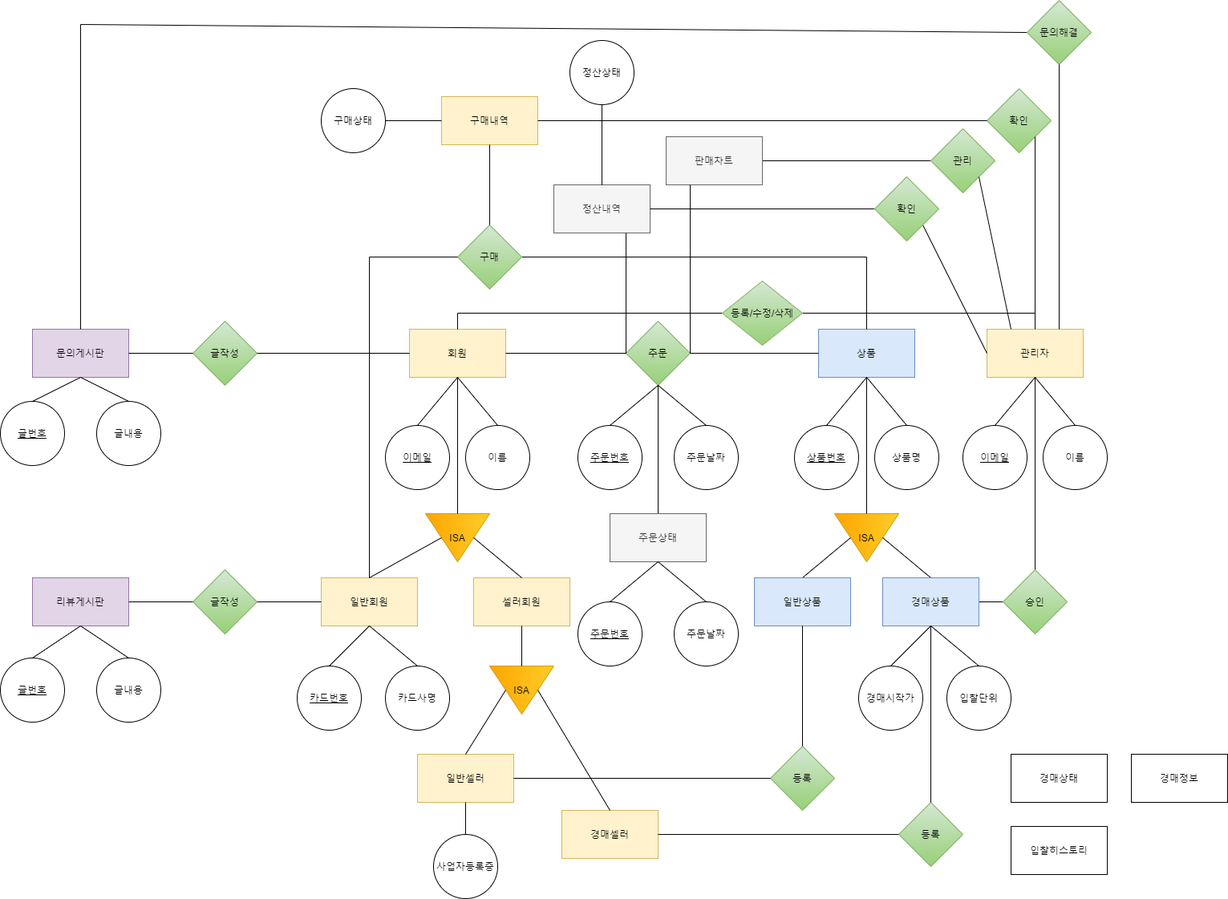
This is ERD_bibi.png from gombibi/proj3_doc, a draw.io export, as it was before one commit. Source tidied: cells renumbered, new cells last; positions are measured from the earlier drawing's top-left corner, leaving out a move shared by most shapes.
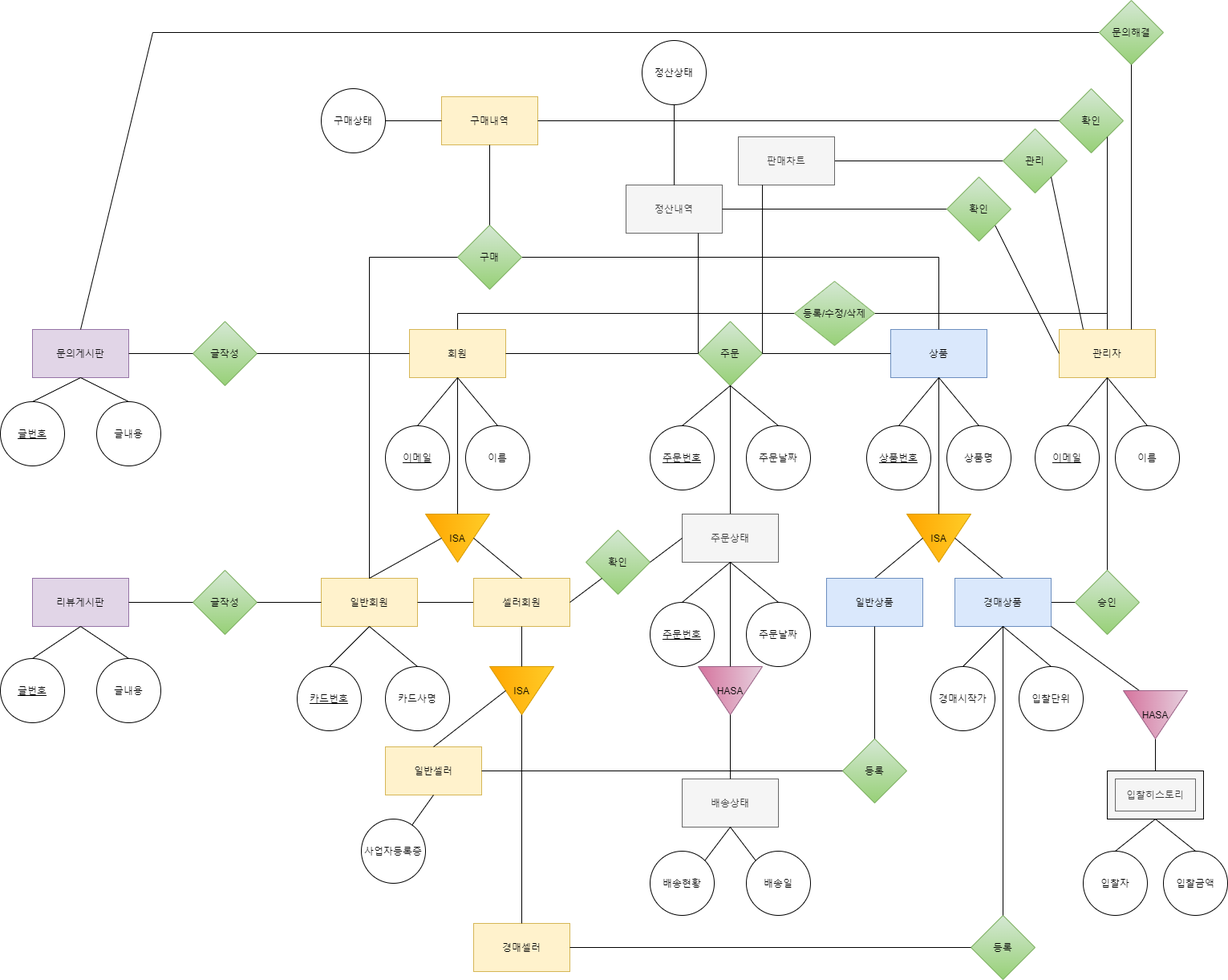
Later version of the same file.

Change to the diagram source:
```diff
@@ -3,7 +3,7 @@
     <mxCell id="0" />
     <mxCell id="1" parent="0" />
     <mxCell id="2" value="회원" style="rounded=0;whiteSpace=wrap;html=1;fillColor=#fff2cc;strokeColor=#d6b656;" parent="1" vertex="1">
-      <mxGeometry x="510" y="410" width="120" height="60" as="geometry" />
+      <mxGeometry x="420" y="410" width="120" height="60" as="geometry" />
     </mxCell>
     <mxCell id="3" value="상품" style="rounded=0;whiteSpace=wrap;html=1;fillColor=#dae8fc;strokeColor=#6c8ebf;" parent="1" vertex="1">
       <mxGeometry x="1020" y="410" width="120" height="60" as="geometry" />
@@ -18,10 +18,10 @@
       <mxGeometry relative="1" as="geometry" />
     </mxCell>
     <mxCell id="7" value="이메일" style="ellipse;whiteSpace=wrap;html=1;fontStyle=4;" parent="1" vertex="1">
-      <mxGeometry x="480" y="530" width="80" height="80" as="geometry" />
+      <mxGeometry x="390" y="530" width="80" height="80" as="geometry" />
     </mxCell>
     <mxCell id="8" value="이름" style="ellipse;whiteSpace=wrap;html=1;" parent="1" vertex="1">
-      <mxGeometry x="580" y="530" width="80" height="80" as="geometry" />
+      <mxGeometry x="490" y="530" width="80" height="80" as="geometry" />
     </mxCell>
     <mxCell id="9" value="주문날짜" style="ellipse;whiteSpace=wrap;html=1;" parent="1" vertex="1">
       <mxGeometry x="840" y="530" width="80" height="80" as="geometry" />
@@ -75,22 +75,25 @@
       <mxGeometry relative="1" as="geometry" />
     </mxCell>
     <mxCell id="26" value="ISA" style="triangle;whiteSpace=wrap;html=1;direction=south;fillColor=#ffcd28;gradientColor=#ffa500;strokeColor=#d79b00;" parent="1" vertex="1">
-      <mxGeometry x="530" y="640" width="80" height="60" as="geometry" />
+      <mxGeometry x="440" y="640" width="80" height="60" as="geometry" />
     </mxCell>
     <mxCell id="27" style="endArrow=none;html=1;rounded=0;entryX=0.5;entryY=1;entryDx=0;entryDy=0;exitX=0;exitY=0.5;exitDx=0;exitDy=0;" parent="1" edge="1" source="26" target="2">
       <mxGeometry relative="1" as="geometry" />
     </mxCell>
     <mxCell id="28" value="일반회원" style="rounded=0;whiteSpace=wrap;html=1;fillColor=#fff2cc;strokeColor=#d6b656;" parent="1" vertex="1">
-      <mxGeometry x="400" y="720" width="120" height="60" as="geometry" />
+      <mxGeometry x="310" y="720" width="120" height="60" as="geometry" />
     </mxCell>
+    <mxCell id="112" style="edgeStyle=orthogonalEdgeStyle;rounded=0;jettySize=auto;html=1;entryX=1;entryY=0.5;entryDx=0;entryDy=0;endArrow=none;endFill=0;" parent="1" edge="1" source="29" target="28">
+      <mxGeometry relative="1" as="geometry" />
+    </mxCell>
     <mxCell id="29" value="셀러회원" style="rounded=0;whiteSpace=wrap;html=1;fillColor=#fff2cc;strokeColor=#d6b656;" parent="1" vertex="1">
-      <mxGeometry x="590" y="720" width="120" height="60" as="geometry" />
+      <mxGeometry x="500" y="720" width="120" height="60" as="geometry" />
     </mxCell>
     <mxCell id="30" value="카드사명" style="ellipse;whiteSpace=wrap;html=1;" parent="1" vertex="1">
-      <mxGeometry x="480" y="830" width="80" height="80" as="geometry" />
+      <mxGeometry x="390" y="830" width="80" height="80" as="geometry" />
     </mxCell>
     <mxCell id="31" value="카드번호" style="ellipse;whiteSpace=wrap;html=1;fontStyle=4;" parent="1" vertex="1">
-      <mxGeometry x="370" y="830" width="80" height="80" as="geometry" />
+      <mxGeometry x="280" y="830" width="80" height="80" as="geometry" />
     </mxCell>
     <mxCell id="32" style="endArrow=none;html=1;rounded=0;entryX=0.5;entryY=1;entryDx=0;entryDy=0;exitX=0.5;exitY=0;exitDx=0;exitDy=0;" parent="1" edge="1" source="31" target="28">
       <mxGeometry relative="1" as="geometry" />
@@ -99,7 +102,7 @@
       <mxGeometry relative="1" as="geometry" />
     </mxCell>
     <mxCell id="34" value="사업자등록증" style="ellipse;whiteSpace=wrap;html=1;" parent="1" vertex="1">
-      <mxGeometry x="540" y="1040" width="80" height="80" as="geometry" />
+      <mxGeometry x="360" y="1020" width="80" height="80" as="geometry" />
     </mxCell>
     <mxCell id="35" style="endArrow=none;html=1;rounded=0;entryX=0.5;entryY=0;entryDx=0;entryDy=0;exitX=0.5;exitY=0;exitDx=0;exitDy=0;" parent="1" edge="1" source="29" target="26">
       <mxGeometry relative="1" as="geometry" />
@@ -108,19 +111,21 @@
       <mxGeometry relative="1" as="geometry" />
     </mxCell>
     <mxCell id="37" value="ISA" style="triangle;whiteSpace=wrap;html=1;direction=south;fillColor=#ffcd28;gradientColor=#ffa500;strokeColor=#d79b00;" parent="1" vertex="1">
-      <mxGeometry x="610" y="830" width="80" height="60" as="geometry" />
+      <mxGeometry x="520" y="830" width="80" height="60" as="geometry" />
     </mxCell>
     <mxCell id="38" style="endArrow=none;html=1;rounded=0;entryX=0.5;entryY=1;entryDx=0;entryDy=0;exitX=0;exitY=0.5;exitDx=0;exitDy=0;" parent="1" edge="1" source="37" target="29">
       <mxGeometry relative="1" as="geometry" />
     </mxCell>
     <mxCell id="39" value="일반셀러" style="rounded=0;whiteSpace=wrap;html=1;fillColor=#fff2cc;strokeColor=#d6b656;" parent="1" vertex="1">
-      <mxGeometry x="520" y="940" width="120" height="60" as="geometry" />
+      <mxGeometry x="390" y="930" width="120" height="60" as="geometry" />
     </mxCell>
     <mxCell id="40" value="경매셀러" style="rounded=0;whiteSpace=wrap;html=1;fillColor=#fff2cc;strokeColor=#d6b656;" parent="1" vertex="1">
-      <mxGeometry x="700" y="1010" width="120" height="60" as="geometry" />
+      <mxGeometry x="500" y="1150" width="120" height="60" as="geometry" />
     </mxCell>
-    <mxCell id="41" style="endArrow=none;html=1;rounded=0;entryX=0.5;entryY=0;entryDx=0;entryDy=0;exitX=0.5;exitY=0;exitDx=0;exitDy=0;" parent="1" edge="1" source="40" target="37">
-      <mxGeometry relative="1" as="geometry" />
+    <mxCell id="41" style="endArrow=none;html=1;rounded=0;entryX=1;entryY=0.5;entryDx=0;entryDy=0;" parent="1" edge="1" target="37">
+      <mxGeometry relative="1" as="geometry">
+        <mxPoint x="560" y="1150" as="sourcePoint" />
+      </mxGeometry>
     </mxCell>
     <mxCell id="42" style="endArrow=none;html=1;rounded=0;entryX=0.5;entryY=1;entryDx=0;entryDy=0;exitX=0.5;exitY=0;exitDx=0;exitDy=0;" parent="1" edge="1" source="39" target="37">
       <mxGeometry relative="1" as="geometry" />
@@ -129,10 +134,10 @@
       <mxGeometry relative="1" as="geometry" />
     </mxCell>
     <mxCell id="44" value="글작성" style="rhombus;whiteSpace=wrap;html=1;fillColor=#d5e8d4;strokeColor=#82b366;gradientColor=#97d077;" parent="1" vertex="1">
-      <mxGeometry x="240" y="710" width="80" height="80" as="geometry" />
+      <mxGeometry x="150" y="710" width="80" height="80" as="geometry" />
     </mxCell>
     <mxCell id="45" value="리뷰게시판" style="rounded=0;whiteSpace=wrap;html=1;fillColor=#e1d5e7;strokeColor=#9673a6;" parent="1" vertex="1">
-      <mxGeometry x="40" y="720" width="120" height="60" as="geometry" />
+      <mxGeometry x="-50" y="720" width="120" height="60" as="geometry" />
     </mxCell>
     <mxCell id="46" style="endArrow=none;html=1;rounded=0;entryX=0;entryY=0.5;entryDx=0;entryDy=0;exitX=1;exitY=0.5;exitDx=0;exitDy=0;" parent="1" edge="1" source="45" target="44">
       <mxGeometry relative="1" as="geometry" />
@@ -141,10 +146,10 @@
       <mxGeometry relative="1" as="geometry" />
     </mxCell>
     <mxCell id="48" value="글번호" style="ellipse;whiteSpace=wrap;html=1;fontStyle=4;" parent="1" vertex="1">
-      <mxGeometry y="820" width="80" height="80" as="geometry" />
+      <mxGeometry x="-90" y="820" width="80" height="80" as="geometry" />
     </mxCell>
     <mxCell id="49" value="글내용" style="ellipse;whiteSpace=wrap;html=1;" parent="1" vertex="1">
-      <mxGeometry x="120" y="820" width="80" height="80" as="geometry" />
+      <mxGeometry x="30" y="820" width="80" height="80" as="geometry" />
     </mxCell>
     <mxCell id="50" style="endArrow=none;html=1;rounded=0;entryX=0.5;entryY=1;entryDx=0;entryDy=0;exitX=0.5;exitY=0;exitDx=0;exitDy=0;" parent="1" edge="1" source="48" target="45">
       <mxGeometry relative="1" as="geometry" />
@@ -191,7 +196,7 @@
       <mxGeometry x="1250" y="710" width="80" height="80" as="geometry" />
     </mxCell>
     <mxCell id="64" value="등록" style="rhombus;whiteSpace=wrap;html=1;fillColor=#d5e8d4;strokeColor=#82b366;gradientColor=#97d077;" parent="1" vertex="1">
-      <mxGeometry x="1120" y="1000" width="80" height="80" as="geometry" />
+      <mxGeometry x="1120" y="1140" width="80" height="80" as="geometry" />
     </mxCell>
     <mxCell id="65" style="endArrow=none;html=1;rounded=0;entryX=1;entryY=0.5;entryDx=0;entryDy=0;exitX=0;exitY=0.5;exitDx=0;exitDy=0;" parent="1" edge="1" source="64" target="40">
       <mxGeometry relative="1" as="geometry" />
@@ -200,7 +205,7 @@
       <mxGeometry relative="1" as="geometry" />
     </mxCell>
     <mxCell id="67" value="등록" style="rhombus;whiteSpace=wrap;html=1;fillColor=#d5e8d4;strokeColor=#82b366;gradientColor=#97d077;" parent="1" vertex="1">
-      <mxGeometry x="960" y="930" width="80" height="80" as="geometry" />
+      <mxGeometry x="960" y="920" width="80" height="80" as="geometry" />
     </mxCell>
     <mxCell id="68" style="endArrow=none;html=1;rounded=0;exitX=1;exitY=0.5;exitDx=0;exitDy=0;entryX=0;entryY=0.5;entryDx=0;entryDy=0;" parent="1" edge="1" source="39" target="67">
       <mxGeometry relative="1" as="geometry" />
@@ -216,12 +221,12 @@
       </mxGeometry>
     </mxCell>
     <mxCell id="71" value="구매" style="rhombus;whiteSpace=wrap;html=1;fillColor=#d5e8d4;strokeColor=#82b366;gradientColor=#97d077;" parent="1" vertex="1">
-      <mxGeometry x="570" y="280" width="80" height="80" as="geometry" />
+      <mxGeometry x="480" y="280" width="80" height="80" as="geometry" />
     </mxCell>
     <mxCell id="72" style="endArrow=none;html=1;rounded=0;exitX=0.5;exitY=0;exitDx=0;exitDy=0;" parent="1" edge="1" source="28" target="71">
       <mxGeometry relative="1" as="geometry">
         <Array as="points">
-          <mxPoint x="460" y="320" />
+          <mxPoint x="370" y="320" />
         </Array>
       </mxGeometry>
     </mxCell>
@@ -234,38 +239,32 @@
     <mxCell id="75" style="endArrow=none;html=1;rounded=0;entryX=1;entryY=0.5;entryDx=0;entryDy=0;startArrow=none;exitX=0;exitY=0.5;exitDx=0;exitDy=0;" parent="1" edge="1" source="94" target="98">
       <mxGeometry relative="1" as="geometry" />
     </mxCell>
-    <mxCell id="76" value="경매상태" style="rounded=0;whiteSpace=wrap;html=1;" parent="1" vertex="1">
-      <mxGeometry x="1260" y="940" width="120" height="60" as="geometry" />
-    </mxCell>
-    <mxCell id="77" value="경매정보" style="rounded=0;whiteSpace=wrap;html=1;" parent="1" vertex="1">
-      <mxGeometry x="1410" y="940" width="120" height="60" as="geometry" />
-    </mxCell>
-    <mxCell id="78" value="입찰히스토리" style="rounded=0;whiteSpace=wrap;html=1;" parent="1" vertex="1">
-      <mxGeometry x="1260" y="1030" width="120" height="60" as="geometry" />
+    <mxCell id="78" style="rounded=0;whiteSpace=wrap;html=1;fillColor=#f5f5f5;fontColor=#333333;strokeColor=default;" parent="1" vertex="1">
+      <mxGeometry x="1290" y="960" width="120" height="60" as="geometry" />
     </mxCell>
     <mxCell id="79" value="문의게시판" style="rounded=0;whiteSpace=wrap;html=1;fillColor=#e1d5e7;strokeColor=#9673a6;" parent="1" vertex="1">
-      <mxGeometry x="40" y="410" width="120" height="60" as="geometry" />
+      <mxGeometry x="-50" y="410" width="120" height="60" as="geometry" />
     </mxCell>
     <mxCell id="80" value="글작성" style="rhombus;whiteSpace=wrap;html=1;fillColor=#d5e8d4;strokeColor=#82b366;gradientColor=#97d077;" parent="1" vertex="1">
-      <mxGeometry x="240" y="400" width="80" height="80" as="geometry" />
+      <mxGeometry x="150" y="400" width="80" height="80" as="geometry" />
     </mxCell>
     <mxCell id="81" style="endArrow=none;html=1;rounded=0;entryX=0;entryY=0.5;entryDx=0;entryDy=0;exitX=1;exitY=0.5;exitDx=0;exitDy=0;" parent="1" edge="1" source="80" target="2">
       <mxGeometry relative="1" as="geometry" />
     </mxCell>
     <mxCell id="82" style="endArrow=none;html=1;rounded=0;exitX=1;exitY=0.5;exitDx=0;exitDy=0;" parent="1" edge="1" source="79">
       <mxGeometry relative="1" as="geometry">
-        <mxPoint x="240" y="440" as="targetPoint" />
+        <mxPoint x="150" y="440" as="targetPoint" />
       </mxGeometry>
     </mxCell>
     <mxCell id="83" value="글번호" style="ellipse;whiteSpace=wrap;html=1;fontStyle=4;" parent="1" vertex="1">
-      <mxGeometry y="500" width="80" height="80" as="geometry" />
+      <mxGeometry x="-90" y="500" width="80" height="80" as="geometry" />
     </mxCell>
     <mxCell id="84" value="글내용" style="ellipse;whiteSpace=wrap;html=1;" parent="1" vertex="1">
-      <mxGeometry x="120" y="500" width="80" height="80" as="geometry" />
+      <mxGeometry x="30" y="500" width="80" height="80" as="geometry" />
     </mxCell>
     <mxCell id="85" style="endArrow=none;html=1;rounded=0;exitX=0.5;exitY=0;exitDx=0;exitDy=0;" parent="1" edge="1" source="83">
       <mxGeometry relative="1" as="geometry">
-        <mxPoint x="100" y="470" as="targetPoint" />
+        <mxPoint x="10" y="470" as="targetPoint" />
       </mxGeometry>
     </mxCell>
     <mxCell id="86" style="endArrow=none;html=1;rounded=0;entryX=0.5;entryY=1;entryDx=0;entryDy=0;exitX=0.5;exitY=0;exitDx=0;exitDy=0;" parent="1" edge="1" source="84" target="79">
@@ -294,7 +293,7 @@
     <mxCell id="93" style="endArrow=none;html=1;rounded=0;entryX=0.5;entryY=0;entryDx=0;entryDy=0;exitX=0;exitY=0.5;exitDx=0;exitDy=0;startArrow=none;" parent="1" edge="1" source="96" target="79">
       <mxGeometry relative="1" as="geometry">
         <Array as="points">
-          <mxPoint x="100" y="30" />
+          <mxPoint x="100" y="40" />
         </Array>
       </mxGeometry>
     </mxCell>
@@ -323,10 +322,10 @@
       <mxGeometry relative="1" as="geometry" />
     </mxCell>
     <mxCell id="102" value="구매내역" style="rounded=0;whiteSpace=wrap;html=1;fillColor=#fff2cc;strokeColor=#d6b656;" parent="1" vertex="1">
-      <mxGeometry x="550" y="120" width="120" height="60" as="geometry" />
+      <mxGeometry x="460" y="120" width="120" height="60" as="geometry" />
     </mxCell>
     <mxCell id="103" value="구매상태" style="ellipse;whiteSpace=wrap;html=1;direction=south;" parent="1" vertex="1">
-      <mxGeometry x="400" y="110" width="80" height="80" as="geometry" />
+      <mxGeometry x="310" y="110" width="80" height="80" as="geometry" />
     </mxCell>
     <mxCell id="104" value="확인" style="rhombus;whiteSpace=wrap;html=1;fillColor=#d5e8d4;strokeColor=#82b366;gradientColor=#97d077;" parent="1" vertex="1">
       <mxGeometry x="1090" y="220" width="80" height="80" as="geometry" />
@@ -352,5 +351,68 @@
     <mxCell id="111" style="endArrow=none;html=1;rounded=0;entryX=1;entryY=0.5;entryDx=0;entryDy=0;exitX=0.5;exitY=0;exitDx=0;exitDy=0;" parent="1" edge="1" source="73" target="110">
       <mxGeometry relative="1" as="geometry" />
     </mxCell>
+    <mxCell id="113" style="endArrow=none;html=1;rounded=0;entryX=1;entryY=1;entryDx=0;entryDy=0;exitX=0;exitY=0;exitDx=0;exitDy=0;" parent="1" edge="1" target="56">
+      <mxGeometry relative="1" as="geometry">
+        <mxPoint x="1330" y="860" as="sourcePoint" />
+      </mxGeometry>
+    </mxCell>
+    <mxCell id="114" style="endArrow=none;html=1;rounded=0;entryX=0.5;entryY=1;entryDx=0;entryDy=0;exitX=0.5;exitY=0;exitDx=0;exitDy=0;" parent="1" edge="1" source="78">
+      <mxGeometry relative="1" as="geometry">
+        <mxPoint x="1350" y="920" as="targetPoint" />
+      </mxGeometry>
+    </mxCell>
+    <mxCell id="115" value="입찰자" style="ellipse;whiteSpace=wrap;html=1;" parent="1" vertex="1">
+      <mxGeometry x="1260" y="1060" width="80" height="80" as="geometry" />
+    </mxCell>
+    <mxCell id="116" value="입찰금액" style="ellipse;whiteSpace=wrap;html=1;" parent="1" vertex="1">
+      <mxGeometry x="1360" y="1060" width="80" height="80" as="geometry" />
+    </mxCell>
+    <mxCell id="117" style="endArrow=none;html=1;rounded=0;entryX=0.5;entryY=1;entryDx=0;entryDy=0;exitX=0.5;exitY=0;exitDx=0;exitDy=0;" parent="1" edge="1" source="115" target="78">
+      <mxGeometry relative="1" as="geometry" />
+    </mxCell>
+    <mxCell id="118" style="endArrow=none;html=1;rounded=0;entryX=0.5;entryY=1;entryDx=0;entryDy=0;exitX=0.5;exitY=0;exitDx=0;exitDy=0;" parent="1" edge="1" source="116" target="78">
+      <mxGeometry relative="1" as="geometry" />
+    </mxCell>
+    <mxCell id="119" value="HASA" style="triangle;whiteSpace=wrap;html=1;direction=south;fillColor=#e6d0de;gradientColor=#d5739d;strokeColor=#996185;" parent="1" vertex="1">
+      <mxGeometry x="1310" y="860" width="80" height="60" as="geometry" />
+    </mxCell>
+    <mxCell id="120" value="&lt;span style=&quot;color: rgb(51 , 51 , 51)&quot;&gt;입찰히스토리&lt;/span&gt;" style="rounded=0;whiteSpace=wrap;html=1;strokeColor=#666666;fillColor=#f5f5f5;fontColor=#333333;" parent="1" vertex="1">
+      <mxGeometry x="1300" y="970" width="100" height="40" as="geometry" />
+    </mxCell>
+    <mxCell id="121" value="배송상태" style="rounded=0;whiteSpace=wrap;html=1;fillColor=#f5f5f5;strokeColor=#666666;fontColor=#333333;" parent="1" vertex="1">
+      <mxGeometry x="760" y="970" width="120" height="60" as="geometry" />
+    </mxCell>
+    <mxCell id="122" value="HASA" style="triangle;whiteSpace=wrap;html=1;direction=south;fillColor=#e6d0de;gradientColor=#d5739d;strokeColor=#996185;" parent="1" vertex="1">
+      <mxGeometry x="780" y="830" width="80" height="60" as="geometry" />
+    </mxCell>
+    <mxCell id="123" style="endArrow=none;html=1;rounded=0;entryX=0.5;entryY=1;entryDx=0;entryDy=0;exitX=0;exitY=0.5;exitDx=0;exitDy=0;" parent="1" edge="1" source="122" target="88">
+      <mxGeometry relative="1" as="geometry" />
+    </mxCell>
+    <mxCell id="124" style="endArrow=none;html=1;rounded=0;entryX=0.5;entryY=0;entryDx=0;entryDy=0;exitX=1;exitY=0.5;exitDx=0;exitDy=0;" parent="1" edge="1" source="122" target="121">
+      <mxGeometry relative="1" as="geometry" />
+    </mxCell>
+    <mxCell id="125" value="배송현황" style="ellipse;whiteSpace=wrap;html=1;strokeColor=default;" parent="1" vertex="1">
+      <mxGeometry x="720" y="1060" width="80" height="80" as="geometry" />
+    </mxCell>
+    <mxCell id="126" value="배송일" style="ellipse;whiteSpace=wrap;html=1;strokeColor=default;" parent="1" vertex="1">
+      <mxGeometry x="840" y="1060" width="80" height="80" as="geometry" />
+    </mxCell>
+    <mxCell id="127" style="endArrow=none;html=1;rounded=0;entryX=0.5;entryY=1;entryDx=0;entryDy=0;exitX=1;exitY=0;exitDx=0;exitDy=0;" parent="1" edge="1" source="125" target="121">
+      <mxGeometry relative="1" as="geometry" />
+    </mxCell>
+    <mxCell id="128" style="endArrow=none;html=1;rounded=0;exitX=0;exitY=0;exitDx=0;exitDy=0;" parent="1" edge="1" source="126">
+      <mxGeometry relative="1" as="geometry">
+        <mxPoint x="820" y="1030" as="targetPoint" />
+      </mxGeometry>
+    </mxCell>
+    <mxCell id="129" value="확인" style="rhombus;whiteSpace=wrap;html=1;fillColor=#d5e8d4;strokeColor=#82b366;gradientColor=#97d077;" parent="1" vertex="1">
+      <mxGeometry x="640" y="660" width="80" height="80" as="geometry" />
+    </mxCell>
+    <mxCell id="130" style="endArrow=none;html=1;rounded=0;entryX=0;entryY=0.5;entryDx=0;entryDy=0;exitX=1;exitY=0.5;exitDx=0;exitDy=0;" parent="1" edge="1" source="129" target="88">
+      <mxGeometry relative="1" as="geometry" />
+    </mxCell>
+    <mxCell id="131" style="endArrow=none;html=1;rounded=0;entryX=0;entryY=1;entryDx=0;entryDy=0;exitX=1;exitY=0.5;exitDx=0;exitDy=0;" parent="1" edge="1" source="29" target="129">
+      <mxGeometry relative="1" as="geometry" />
+    </mxCell>
   </root>
 </mxGraphModel>
```
